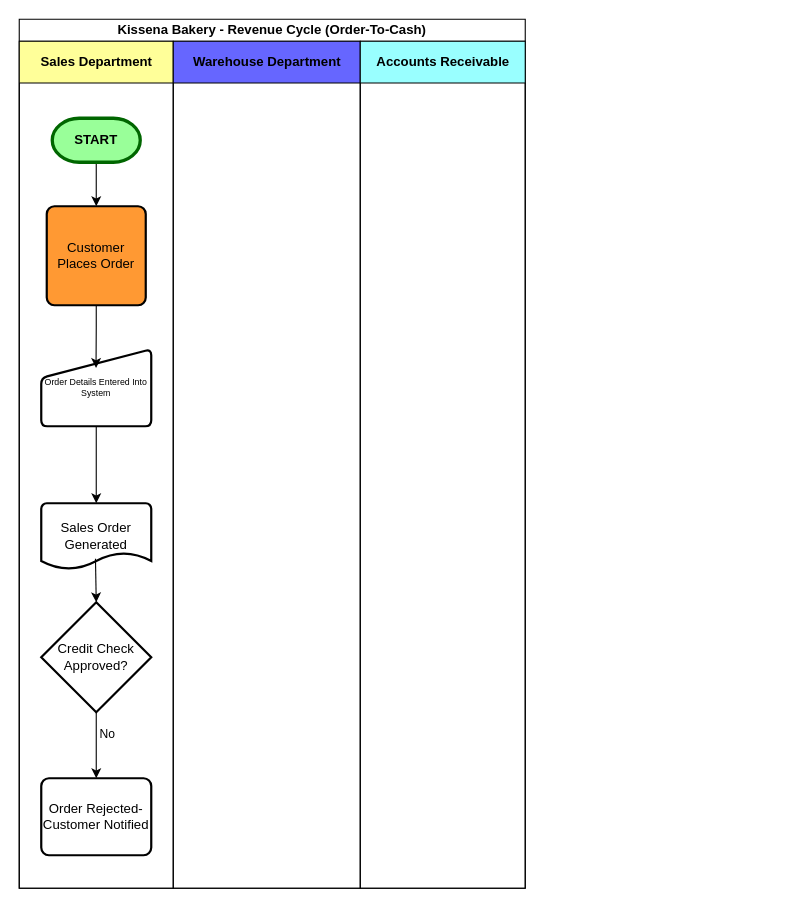
This is Revenue_Cycle_Controls.drawio from daniel1605g/drawio, a draw.io file, before an edit. Source tidied: cells renumbered, new cells numbered last; positions are measured from the earlier drawing's top-left corner, leaving out a move shared by most shapes. Both pictures are drawn from the tidied source at 110%, with x=0, y=0 at pixel (19, 19).
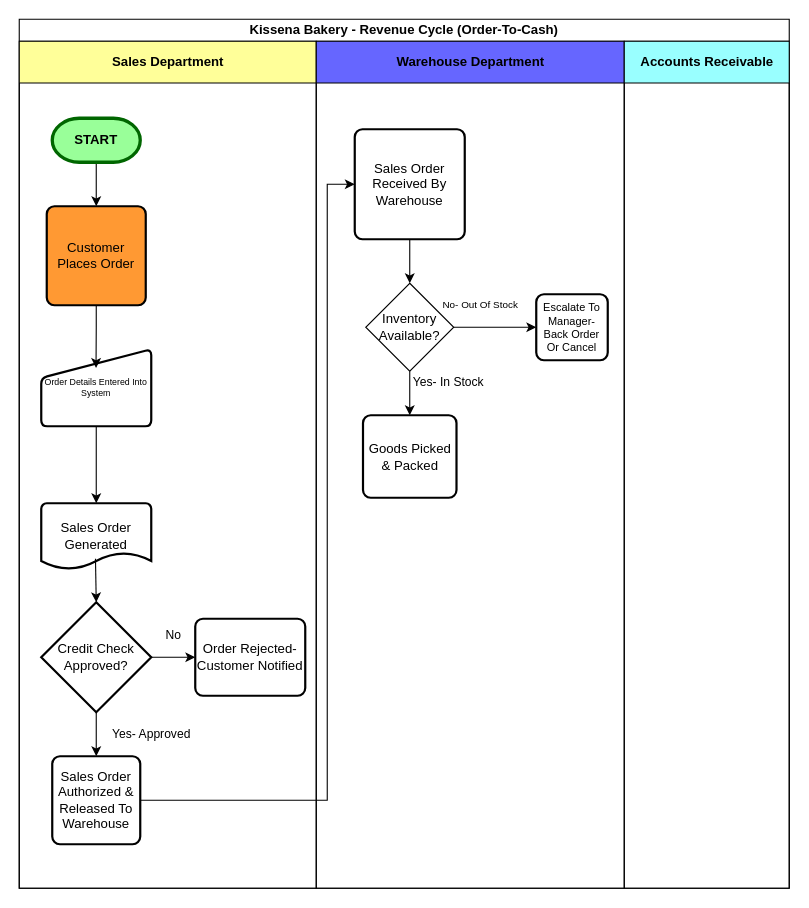
Above is the later version.

The change refers to these unchanged cells:
```xml
<mxCell id="12" value="Credit Check Approved?" style="strokeWidth=2;html=1;shape=mxgraph.flowchart.decision;whiteSpace=wrap;" parent="3" vertex="1">
  <mxGeometry x="20" y="510" width="100" height="100" as="geometry" />
</mxCell>
```

What changed in the source:
```diff
@@
     <mxCell id="2" value="Kissena Bakery - Revenue Cycle (Order-To-Cash)" style="swimlane;html=1;startSize=20;whiteSpace=wrap;" parent="1" vertex="1">
-      <mxGeometry width="460" height="790" as="geometry" />
+      <mxGeometry width="700" height="790" as="geometry" />
     </mxCell>
     <mxCell id="3" value="Sales Department" style="swimlane;html=1;startSize=38;fillColor=#FFFF99;" parent="2" vertex="1">
-      <mxGeometry y="20" width="140" height="770" as="geometry" />
+      <mxGeometry y="20" width="270" height="770" as="geometry" />
     </mxCell>
@@
-    <mxCell id="11" value="No" style="edgeStyle=orthogonalEdgeStyle;rounded=0;jettySize=auto;html=1;entryX=0.5;entryY=0;entryDx=0;entryDy=0;exitX=0.5;exitY=1;exitDx=0;exitDy=0;exitPerimeter=0;" parent="3" edge="1" source="12" target="14">
-      <mxGeometry x="-0.33" y="10" relative="1" as="geometry" />
+    <mxCell id="11" value="No" style="edgeStyle=orthogonalEdgeStyle;rounded=0;jettySize=auto;html=1;exitX=1;exitY=0.5;exitDx=0;exitDy=0;exitPerimeter=0;entryX=0;entryY=0.5;entryDx=0;entryDy=0;" parent="3" edge="1" source="12" target="14">
+      <mxGeometry y="20" relative="1" as="geometry" />
     </mxCell>
+    <mxCell id="17" value="Yes- Approved" style="edgeStyle=orthogonalEdgeStyle;rounded=0;jettySize=auto;html=1;entryX=0.5;entryY=0;entryDx=0;entryDy=0;exitX=0.5;exitY=1;exitDx=0;exitDy=0;exitPerimeter=0;" parent="3" edge="1" source="12" target="18">
+      <mxGeometry y="50" relative="1" as="geometry" />
+    </mxCell>
@@
     <mxCell id="14" value="Order Rejected- Customer Notified" style="rounded=1;whiteSpace=wrap;html=1;absoluteArcSize=1;arcSize=14;strokeWidth=2;" parent="3" vertex="1">
-      <mxGeometry x="20" y="670" width="100" height="70" as="geometry" />
+      <mxGeometry x="160" y="525" width="100" height="70" as="geometry" />
     </mxCell>
+    <mxCell id="18" value="Sales Order Authorized &amp;amp; Released To Warehouse" style="rounded=1;whiteSpace=wrap;html=1;absoluteArcSize=1;arcSize=14;strokeWidth=2;" parent="3" vertex="1">
+      <mxGeometry x="30" y="650" width="80" height="80" as="geometry" />
+    </mxCell>
     <mxCell id="15" value="Warehouse Department" style="swimlane;html=1;startSize=38;fillColor=#6666FF;" parent="2" vertex="1">
-      <mxGeometry x="140" y="20" width="170" height="770" as="geometry" />
+      <mxGeometry x="270" y="20" width="280" height="770" as="geometry" />
     </mxCell>
+    <mxCell id="19" style="edgeStyle=orthogonalEdgeStyle;rounded=0;jettySize=auto;html=1;entryX=0.5;entryY=0;entryDx=0;entryDy=0;exitX=0.5;exitY=1;exitDx=0;exitDy=0;" parent="15" edge="1" source="20" target="23">
+      <mxGeometry relative="1" as="geometry" />
+    </mxCell>
+    <mxCell id="20" value="Sales Order Received By Warehouse" style="rounded=1;whiteSpace=wrap;html=1;absoluteArcSize=1;arcSize=14;strokeWidth=2;" parent="15" vertex="1">
+      <mxGeometry x="35" y="80" width="100" height="100" as="geometry" />
+    </mxCell>
+    <mxCell id="21" value="Yes- In Stock" style="edgeStyle=orthogonalEdgeStyle;rounded=0;jettySize=auto;html=1;entryX=0.5;entryY=0;entryDx=0;entryDy=0;exitX=0.5;exitY=1;exitDx=0;exitDy=0;" parent="15" edge="1" source="23" target="24">
+      <mxGeometry x="-0.5" y="35" relative="1" as="geometry" />
+    </mxCell>
+    <mxCell id="22" value="No- Out Of Stock" style="edgeStyle=orthogonalEdgeStyle;rounded=0;jettySize=auto;html=1;entryX=0;entryY=0.5;entryDx=0;entryDy=0;fontSize=9;" parent="15" edge="1" source="23" target="25">
+      <mxGeometry x="-0.33" y="20" relative="1" as="geometry">
+        <mxPoint x="-1" as="offset" />
+      </mxGeometry>
+    </mxCell>
+    <mxCell id="23" value="Inventory Available?" style="rhombus;whiteSpace=wrap;html=1;" parent="15" vertex="1">
+      <mxGeometry x="45" y="220" width="80" height="80" as="geometry" />
+    </mxCell>
+    <mxCell id="24" value="Goods Picked &amp;amp; Packed" style="rounded=1;whiteSpace=wrap;html=1;absoluteArcSize=1;arcSize=14;strokeWidth=2;" parent="15" vertex="1">
+      <mxGeometry x="42.5" y="340" width="85" height="75" as="geometry" />
+    </mxCell>
+    <mxCell id="25" value="Escalate To Manager- Back Order Or Cancel" style="rounded=1;whiteSpace=wrap;html=1;absoluteArcSize=1;arcSize=14;strokeWidth=2;fontSize=10;" parent="15" vertex="1">
+      <mxGeometry x="200" y="230" width="65" height="60" as="geometry" />
+    </mxCell>
     <mxCell id="16" value="Accounts Receivable" style="swimlane;html=1;startSize=38;fillColor=#99FFFF;" parent="2" vertex="1">
-      <mxGeometry x="310" y="20" width="150" height="770" as="geometry" />
+      <mxGeometry x="550" y="20" width="150" height="770" as="geometry" />
     </mxCell>
+    <mxCell id="26" style="edgeStyle=orthogonalEdgeStyle;rounded=0;jettySize=auto;html=1;entryX=0;entryY=0.5;entryDx=0;entryDy=0;" parent="2" edge="1" source="18" target="20">
+      <mxGeometry relative="1" as="geometry">
+        <Array as="points">
+          <mxPoint x="280" y="710" />
+          <mxPoint x="280" y="150" />
+        </Array>
+      </mxGeometry>
+    </mxCell>
```
